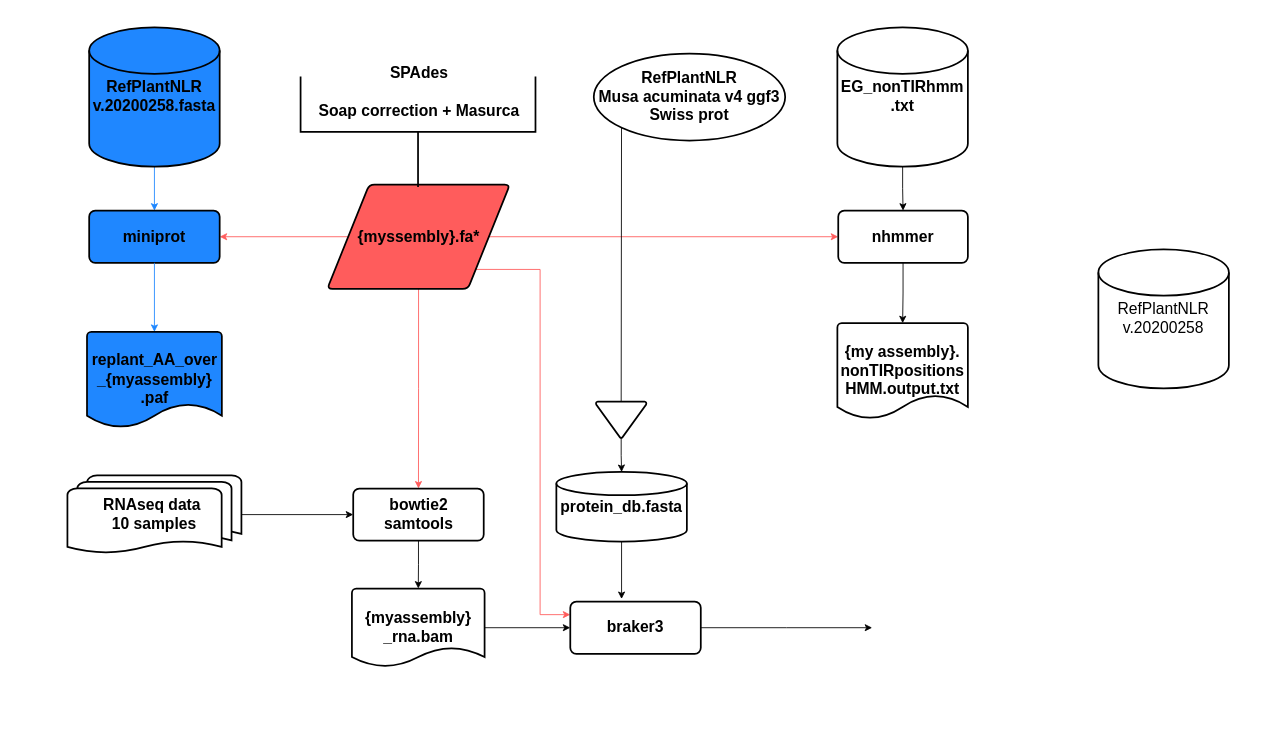
acarolinao/planets keeps this draw.io diagram as Untitled Diagram.drawio. Above is the earlier version. Source tidied: cells renumbered, new cells numbered last; positions are measured from the earlier drawing's top-left corner, leaving out a move shared by most shapes. Both pictures are drawn from the tidied source at 87%, with x=0, y=0 at pixel (67, 14).
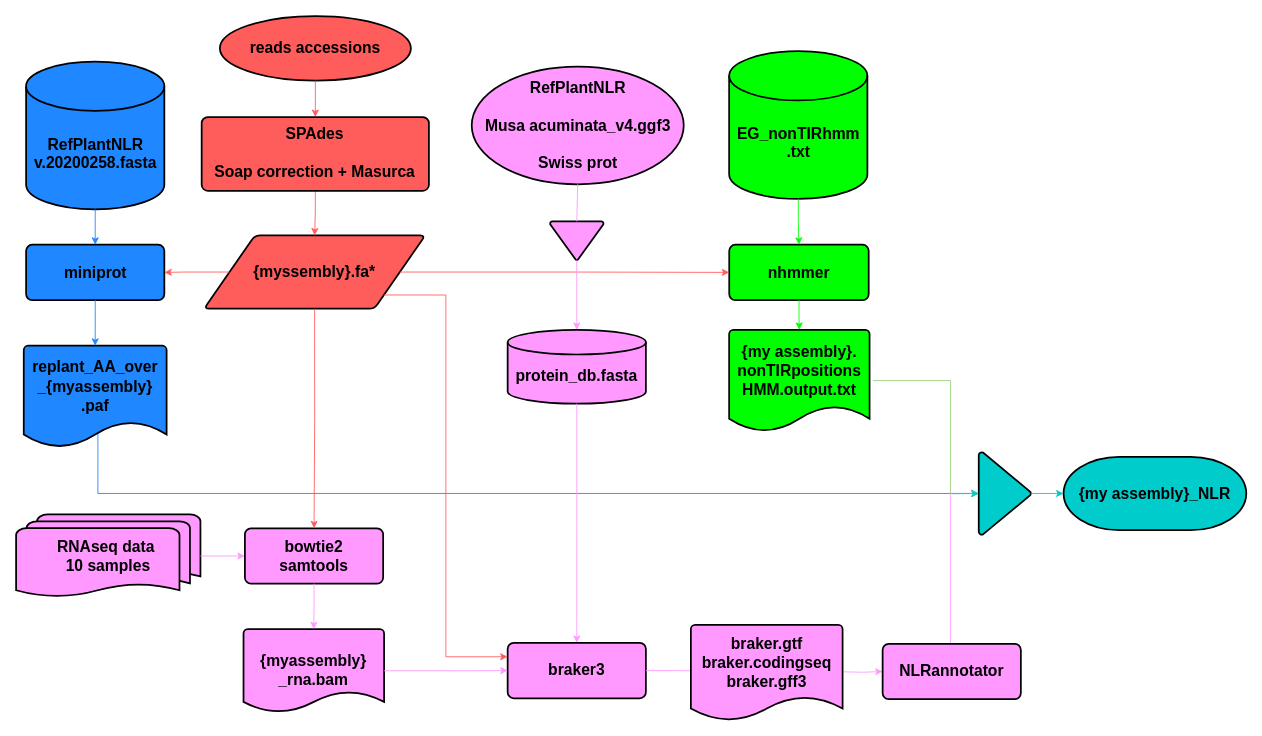
The same page after the edit.

Diff of the diagram source:
```diff
@@
-    <mxCell id="2" style="edgeStyle=orthogonalEdgeStyle;rounded=0;jettySize=auto;html=1;entryX=1;entryY=0.5;entryDx=0;entryDy=0;strokeColor=#FF5C5C;" parent="1" edge="1" source="6" target="18">
-      <mxGeometry relative="1" as="geometry" />
-    </mxCell>
-    <mxCell id="3" style="edgeStyle=orthogonalEdgeStyle;rounded=0;jettySize=auto;html=1;exitX=0.5;exitY=1;exitDx=0;exitDy=0;strokeColor=#FF5C5C;" parent="1" edge="1" source="6" target="25">
-      <mxGeometry relative="1" as="geometry" />
-    </mxCell>
-    <mxCell id="4" style="edgeStyle=orthogonalEdgeStyle;rounded=0;jettySize=auto;html=1;entryX=0;entryY=0.5;entryDx=0;entryDy=0;strokeColor=#FF5C5C;" parent="1" edge="1" source="6" target="19">
-      <mxGeometry relative="1" as="geometry" />
-    </mxCell>
-    <mxCell id="5" style="edgeStyle=orthogonalEdgeStyle;rounded=0;jettySize=auto;html=1;entryX=0;entryY=0.25;entryDx=0;entryDy=0;strokeColor=#FF5C5C;exitX=1;exitY=1;exitDx=0;exitDy=0;" parent="1" edge="1" source="6" target="33">
-      <mxGeometry relative="1" as="geometry" />
-    </mxCell>
     <mxCell id="6" value="&lt;font style=&quot;font-size: 18px;&quot;&gt;&lt;b&gt;{myssembly}.fa*&lt;/b&gt;&lt;/font&gt;" style="shape=parallelogram;html=1;strokeWidth=2;perimeter=parallelogramPerimeter;whiteSpace=wrap;rounded=1;arcSize=12;size=0.23;strokeColor=#000000;fillColor=#FF5C5C;" parent="1" vertex="1">
-      <mxGeometry x="298.6" y="195.6" width="210" height="120" as="geometry" />
+      <mxGeometry x="157" y="254.1" width="254.3" height="84.2" as="geometry" />
     </mxCell>
-    <mxCell id="7" style="strokeWidth=2;html=1;shape=mxgraph.flowchart.annotation_2;align=left;labelPosition=right;rotation=-90;" parent="1" vertex="1">
-      <mxGeometry x="339.5" width="127" height="270" as="geometry" />
-    </mxCell>
-    <mxCell id="8" value="&lt;font style=&quot;font-size: 18px;&quot;&gt;&lt;b&gt;SPAdes&lt;br&gt;&lt;br&gt;Soap correction + Masurca&lt;/b&gt;&lt;/font&gt;" style="text;html=1;align=center;verticalAlign=middle;points=[];strokeColor=none;fillColor=none;" parent="1" vertex="1">
-      <mxGeometry x="278.6" y="49.5" width="250" height="80" as="geometry" />
-    </mxCell>
-    <mxCell id="9" value="&lt;font style=&quot;font-size: 18px;&quot;&gt;&lt;b&gt;{my assembly}.&lt;br&gt;nonTIRpositions&lt;br&gt;HMM.output.txt&lt;/b&gt;&lt;/font&gt;" style="strokeWidth=2;html=1;shape=mxgraph.flowchart.document2;whiteSpace=wrap;size=0.25;" parent="1" vertex="1">
-      <mxGeometry x="885" y="355" width="150" height="110" as="geometry" />
+    <mxCell id="9" value="&lt;font style=&quot;font-size: 18px;&quot;&gt;&lt;b&gt;{my assembly}.&lt;br&gt;nonTIRpositions&lt;br&gt;HMM.output.txt&lt;br&gt;&lt;br&gt;&lt;/b&gt;&lt;/font&gt;" style="strokeWidth=2;html=1;shape=mxgraph.flowchart.document2;whiteSpace=wrap;size=0.25;fillColor=#00FF00;" parent="1" vertex="1">
+      <mxGeometry x="760.6" y="362.7" width="161.4" height="116.7" as="geometry" />
     </mxCell>
+    <mxCell id="34" style="edgeStyle=orthogonalEdgeStyle;rounded=0;jettySize=auto;html=1;entryX=0.5;entryY=0;entryDx=0;entryDy=0;entryPerimeter=0;strokeColor=#1F87FF;exitX=0.519;exitY=0.85;exitDx=0;exitDy=0;exitPerimeter=0;" parent="1" edge="1" source="10" target="40">
+      <mxGeometry relative="1" as="geometry">
+        <Array as="points">
+          <mxPoint x="35" y="551" />
+        </Array>
+      </mxGeometry>
+    </mxCell>
-    <mxCell id="10" value="&lt;font style=&quot;font-size: 18px;&quot;&gt;&lt;b&gt;replant_AA_over _{myassembly} .paf&lt;/b&gt;&lt;/font&gt;" style="strokeWidth=2;html=1;shape=mxgraph.flowchart.document2;whiteSpace=wrap;size=0.25;fillColor=#1F87FF;" parent="1" vertex="1">
-      <mxGeometry x="22.5" y="365" width="155" height="110" as="geometry" />
+    <mxCell id="10" value="&lt;font style=&quot;font-size: 18px;&quot;&gt;&lt;b&gt;replant_AA_over _{myassembly} .paf&lt;br&gt;&lt;br&gt;&lt;/b&gt;&lt;/font&gt;" style="strokeWidth=2;html=1;shape=mxgraph.flowchart.document2;whiteSpace=wrap;size=0.25;fillColor=#1F87FF;" parent="1" vertex="1">
+      <mxGeometry x="-50.2" y="380.9" width="164.2" height="116.7" as="geometry" />
     </mxCell>
-    <mxCell id="11" style="edgeStyle=orthogonalEdgeStyle;rounded=0;jettySize=auto;html=1;exitX=0.5;exitY=1;exitDx=0;exitDy=0;exitPerimeter=0;entryX=0.5;entryY=0;entryDx=0;entryDy=0;fillColor=#1F87FF;strokeColor=#1F87FF;" parent="1" edge="1" source="12" target="18">
-      <mxGeometry relative="1" as="geometry" />
-    </mxCell>
-    <mxCell id="12" value="&lt;font style=&quot;font-size: 18px;&quot;&gt;&lt;b&gt;RefPlantNLR&lt;br&gt;v.20200258.fasta&lt;/b&gt;&lt;/font&gt;" style="strokeWidth=2;html=1;shape=mxgraph.flowchart.database;whiteSpace=wrap;fillColor=#1F87FF;" parent="1" vertex="1">
-      <mxGeometry x="25" y="15" width="150" height="160" as="geometry" />
+    <mxCell id="12" value="&lt;font style=&quot;font-size: 18px;&quot;&gt;&lt;b&gt;&lt;br&gt;&lt;br&gt;RefPlantNLR&lt;br&gt;v.20200258.fasta&lt;/b&gt;&lt;/font&gt;" style="strokeWidth=2;html=1;shape=mxgraph.flowchart.database;whiteSpace=wrap;fillColor=#1F87FF;" parent="1" vertex="1">
+      <mxGeometry x="-47.5" y="54.4" width="158.9" height="169.7" as="geometry" />
     </mxCell>
-    <mxCell id="13" value="&lt;font style=&quot;font-size: 18px;&quot;&gt;RefPlantNLR&lt;br&gt;v.20200258&lt;/font&gt;" style="strokeWidth=2;html=1;shape=mxgraph.flowchart.database;whiteSpace=wrap;" parent="1" vertex="1">
-      <mxGeometry x="1185" y="270" width="150" height="160" as="geometry" />
-    </mxCell>
-    <mxCell id="14" style="edgeStyle=orthogonalEdgeStyle;rounded=0;jettySize=auto;html=1;entryX=0.393;entryY=-0.05;entryDx=0;entryDy=0;entryPerimeter=0;" parent="1" edge="1" source="15" target="33">
-      <mxGeometry relative="1" as="geometry" />
-    </mxCell>
-    <mxCell id="15" value="&lt;font size=&quot;4&quot;&gt;&lt;b&gt;protein_db.fasta&lt;/b&gt;&lt;/font&gt;" style="strokeWidth=2;html=1;shape=mxgraph.flowchart.database;whiteSpace=wrap;" parent="1" vertex="1">
-      <mxGeometry x="562" y="526" width="150" height="80" as="geometry" />
+    <mxCell id="15" value="&lt;font size=&quot;4&quot;&gt;&lt;b&gt;&lt;br&gt;protein_db.fasta&lt;/b&gt;&lt;/font&gt;" style="strokeWidth=2;html=1;shape=mxgraph.flowchart.database;whiteSpace=wrap;fillColor=#FF99FF;" parent="1" vertex="1">
+      <mxGeometry x="506" y="362.7" width="158.9" height="84.8" as="geometry" />
     </mxCell>
-    <mxCell id="16" style="edgeStyle=orthogonalEdgeStyle;rounded=0;jettySize=auto;html=1;exitX=0.5;exitY=1;exitDx=0;exitDy=0;exitPerimeter=0;entryX=0.5;entryY=0;entryDx=0;entryDy=0;" parent="1" edge="1" source="17" target="19">
-      <mxGeometry relative="1" as="geometry" />
-    </mxCell>
-    <mxCell id="17" value="&lt;font style=&quot;font-size: 18px;&quot;&gt;&lt;b&gt;EG_nonTIRhmm .txt&lt;/b&gt;&lt;/font&gt;" style="strokeWidth=2;html=1;shape=mxgraph.flowchart.database;whiteSpace=wrap;" parent="1" vertex="1">
-      <mxGeometry x="885" y="15" width="150" height="160" as="geometry" />
+    <mxCell id="17" value="&lt;font style=&quot;font-size: 18px;&quot;&gt;&lt;b&gt;&lt;br&gt;&lt;br&gt;EG_nonTIRhmm .txt&lt;/b&gt;&lt;/font&gt;" style="strokeWidth=2;html=1;shape=mxgraph.flowchart.database;whiteSpace=wrap;fillColor=#00FF00;" parent="1" vertex="1">
+      <mxGeometry x="760.6" y="42.4" width="158.9" height="169.7" as="geometry" />
     </mxCell>
     <mxCell id="18" value="&lt;font style=&quot;font-size: 18px;&quot;&gt;&lt;b&gt;miniprot&lt;/b&gt;&lt;/font&gt;" style="rounded=1;whiteSpace=wrap;html=1;absoluteArcSize=1;arcSize=14;strokeWidth=2;fillColor=#1F87FF;" parent="1" vertex="1">
-      <mxGeometry x="25" y="225.6" width="150" height="60" as="geometry" />
+      <mxGeometry x="-47.5" y="264.8" width="158.9" height="63.6" as="geometry" />
     </mxCell>
+    <mxCell id="2" style="edgeStyle=orthogonalEdgeStyle;rounded=0;jettySize=auto;html=1;entryX=1;entryY=0.5;entryDx=0;entryDy=0;strokeColor=#FF5C5C;" parent="1" edge="1" source="6" target="18">
+      <mxGeometry relative="1" as="geometry" />
+    </mxCell>
+    <mxCell id="11" style="edgeStyle=orthogonalEdgeStyle;rounded=0;jettySize=auto;html=1;exitX=0.5;exitY=1;exitDx=0;exitDy=0;exitPerimeter=0;entryX=0.5;entryY=0;entryDx=0;entryDy=0;fillColor=#1F87FF;strokeColor=#1F87FF;" parent="1" edge="1" source="12" target="18">
+      <mxGeometry relative="1" as="geometry" />
+    </mxCell>
-    <mxCell id="19" value="&lt;font style=&quot;font-size: 18px;&quot;&gt;&lt;b&gt;nhmmer&lt;/b&gt;&lt;/font&gt;" style="rounded=1;whiteSpace=wrap;html=1;absoluteArcSize=1;arcSize=14;strokeWidth=2;" parent="1" vertex="1">
-      <mxGeometry x="886" y="225.6" width="149" height="60" as="geometry" />
+    <mxCell id="19" value="&lt;font style=&quot;font-size: 18px;&quot;&gt;&lt;b&gt;nhmmer&lt;/b&gt;&lt;/font&gt;" style="rounded=1;whiteSpace=wrap;html=1;absoluteArcSize=1;arcSize=14;strokeWidth=2;fillColor=#00FF00;" parent="1" vertex="1">
+      <mxGeometry x="760.7" y="264.8" width="160.3" height="63.6" as="geometry" />
     </mxCell>
-    <mxCell id="20" style="edgeStyle=orthogonalEdgeStyle;rounded=0;jettySize=auto;html=1;entryX=0;entryY=0.5;entryDx=0;entryDy=0;" parent="1" edge="1" source="21" target="25">
-      <mxGeometry relative="1" as="geometry" />
-    </mxCell>
+    <mxCell id="4" style="edgeStyle=orthogonalEdgeStyle;rounded=0;jettySize=auto;html=1;entryX=0;entryY=0.5;entryDx=0;entryDy=0;strokeColor=#FF5C5C;" parent="1" edge="1" source="6" target="19">
+      <mxGeometry relative="1" as="geometry" />
+    </mxCell>
+    <mxCell id="16" style="edgeStyle=orthogonalEdgeStyle;rounded=0;jettySize=auto;html=1;exitX=0.5;exitY=1;exitDx=0;exitDy=0;exitPerimeter=0;entryX=0.5;entryY=0;entryDx=0;entryDy=0;fillColor=#00FF00;strokeColor=#00FF00;" parent="1" edge="1" source="17" target="19">
+      <mxGeometry relative="1" as="geometry">
+        <Array as="points">
+          <mxPoint x="840" y="238" />
+        </Array>
+      </mxGeometry>
+    </mxCell>
-    <mxCell id="21" value="&lt;font style=&quot;font-size: 18px;&quot;&gt;&lt;b&gt;RNAseq data&amp;nbsp;&lt;br&gt;10 samples&lt;/b&gt;&lt;br&gt;&lt;/font&gt;" style="strokeWidth=2;html=1;shape=mxgraph.flowchart.multi-document;whiteSpace=wrap;" parent="1" vertex="1">
-      <mxGeometry y="530" width="200" height="90" as="geometry" />
+    <mxCell id="21" value="&lt;font style=&quot;font-size: 18px;&quot;&gt;&lt;b&gt;RNAseq data&amp;nbsp;&lt;br&gt;10 samples&lt;/b&gt;&lt;br&gt;&lt;/font&gt;" style="strokeWidth=2;html=1;shape=mxgraph.flowchart.multi-document;whiteSpace=wrap;fillColor=#FF99FF;" parent="1" vertex="1">
+      <mxGeometry x="-59" y="574.8" width="211.9" height="95.5" as="geometry" />
     </mxCell>
@@
-    <mxCell id="23" style="edgeStyle=orthogonalEdgeStyle;rounded=0;jettySize=auto;html=1;entryX=0.5;entryY=0;entryDx=0;entryDy=0;entryPerimeter=0;" parent="1" edge="1" source="19" target="9">
+    <mxCell id="23" style="edgeStyle=orthogonalEdgeStyle;rounded=0;jettySize=auto;html=1;entryX=0.5;entryY=0;entryDx=0;entryDy=0;entryPerimeter=0;fillColor=#00FF00;strokeColor=#00FF00;" parent="1" edge="1" source="19" target="9">
       <mxGeometry relative="1" as="geometry" />
     </mxCell>
+    <mxCell id="25" value="&lt;font style=&quot;font-size: 18px;&quot;&gt;&lt;b&gt;bowtie2&lt;br&gt;samtools&lt;/b&gt;&lt;br&gt;&lt;/font&gt;" style="rounded=1;whiteSpace=wrap;html=1;absoluteArcSize=1;arcSize=14;strokeWidth=2;fillColor=#FF99FF;" parent="1" vertex="1">
+      <mxGeometry x="204" y="590.7" width="158.9" height="63.6" as="geometry" />
+    </mxCell>
+    <mxCell id="3" style="edgeStyle=orthogonalEdgeStyle;rounded=0;jettySize=auto;html=1;exitX=0.5;exitY=1;exitDx=0;exitDy=0;strokeColor=#FF5C5C;" parent="1" edge="1" source="6" target="25">
+      <mxGeometry relative="1" as="geometry" />
+    </mxCell>
+    <mxCell id="20" style="edgeStyle=orthogonalEdgeStyle;rounded=0;jettySize=auto;html=1;entryX=0;entryY=0.5;entryDx=0;entryDy=0;strokeColor=#FF99FF;" parent="1" edge="1" source="21" target="25">
+      <mxGeometry relative="1" as="geometry" />
+    </mxCell>
+    <mxCell id="27" value="&lt;font style=&quot;font-size: 18px;&quot;&gt;&lt;b&gt;{myassembly}&lt;br&gt;_rna.bam&lt;/b&gt;&lt;/font&gt;" style="strokeWidth=2;html=1;shape=mxgraph.flowchart.document2;whiteSpace=wrap;size=0.25;fillColor=#FF99FF;" parent="1" vertex="1">
+      <mxGeometry x="202.4" y="706.7" width="161.6" height="95.5" as="geometry" />
+    </mxCell>
-    <mxCell id="24" style="edgeStyle=orthogonalEdgeStyle;rounded=0;jettySize=auto;html=1;" parent="1" edge="1" source="25" target="27">
+    <mxCell id="24" style="edgeStyle=orthogonalEdgeStyle;rounded=0;jettySize=auto;html=1;strokeColor=#FF99FF;" parent="1" edge="1" source="25" target="27">
       <mxGeometry relative="1" as="geometry" />
     </mxCell>
-    <mxCell id="25" value="&lt;font style=&quot;font-size: 18px;&quot;&gt;&lt;b&gt;bowtie2&lt;br&gt;samtools&lt;/b&gt;&lt;br&gt;&lt;/font&gt;" style="rounded=1;whiteSpace=wrap;html=1;absoluteArcSize=1;arcSize=14;strokeWidth=2;" parent="1" vertex="1">
-      <mxGeometry x="328.5" y="545" width="150" height="60" as="geometry" />
-    </mxCell>
-    <mxCell id="26" style="edgeStyle=orthogonalEdgeStyle;rounded=0;jettySize=auto;html=1;entryX=0;entryY=0.5;entryDx=0;entryDy=0;" parent="1" edge="1" source="27" target="33">
-      <mxGeometry relative="1" as="geometry" />
-    </mxCell>
-    <mxCell id="27" value="&lt;font style=&quot;font-size: 18px;&quot;&gt;&lt;b&gt;{myassembly}&lt;br&gt;_rna.bam&lt;/b&gt;&lt;/font&gt;" style="strokeWidth=2;html=1;shape=mxgraph.flowchart.document2;whiteSpace=wrap;size=0.25;" parent="1" vertex="1">
-      <mxGeometry x="327" y="660" width="152.5" height="90" as="geometry" />
-    </mxCell>
-    <mxCell id="28" style="strokeWidth=2;html=1;shape=mxgraph.flowchart.merge_or_storage;whiteSpace=wrap;" parent="1" vertex="1">
-      <mxGeometry x="607.5" y="445" width="58" height="42" as="geometry" />
+    <mxCell id="28" style="strokeWidth=2;html=1;shape=mxgraph.flowchart.merge_or_storage;whiteSpace=wrap;fillColor=#FF99FF;" parent="1" vertex="1">
+      <mxGeometry x="554.8" y="238" width="61.4" height="44.5" as="geometry" />
     </mxCell>
-    <mxCell id="29" style="edgeStyle=orthogonalEdgeStyle;rounded=0;jettySize=auto;html=1;entryX=0.5;entryY=0;entryDx=0;entryDy=0;entryPerimeter=0;" parent="1" edge="1" source="28" target="15">
+    <mxCell id="29" style="edgeStyle=orthogonalEdgeStyle;rounded=0;jettySize=auto;html=1;entryX=0.5;entryY=0;entryDx=0;entryDy=0;entryPerimeter=0;strokeColor=#FF99FF;" parent="1" edge="1" source="28" target="15">
       <mxGeometry relative="1" as="geometry" />
     </mxCell>
-    <mxCell id="30" value="&lt;font style=&quot;font-size: 18px;&quot;&gt;&lt;b&gt;RefPlantNLR&lt;br&gt;Musa acuminata v4 ggf3&lt;br&gt;&amp;nbsp;Swiss prot&amp;nbsp;&lt;/b&gt;&lt;br&gt;&lt;/font&gt;" style="strokeWidth=2;html=1;shape=mxgraph.flowchart.start_1;whiteSpace=wrap;" parent="1" vertex="1">
-      <mxGeometry x="605" y="45" width="220" height="100" as="geometry" />
+    <mxCell id="30" value="&lt;font style=&quot;font-size: 18px;&quot;&gt;&lt;b&gt;RefPlantNLR&lt;br&gt;&lt;br&gt;Musa acuminata_v4.ggf3&lt;br&gt;&lt;br&gt;&amp;nbsp;Swiss prot&amp;nbsp;&lt;/b&gt;&lt;br&gt;&lt;/font&gt;" style="strokeWidth=2;html=1;shape=mxgraph.flowchart.start_1;whiteSpace=wrap;fillColor=#FF99FF;" parent="1" vertex="1">
+      <mxGeometry x="464.7" y="60" width="243.7" height="135.3" as="geometry" />
     </mxCell>
-    <mxCell id="31" style="endArrow=none;html=1;rounded=0;entryX=0.145;entryY=0.855;entryDx=0;entryDy=0;entryPerimeter=0;exitX=0.5;exitY=0;exitDx=0;exitDy=0;exitPerimeter=0;" parent="1" edge="1" source="28" target="30">
+    <mxCell id="31" style="endArrow=none;html=1;rounded=0;entryX=0.5;entryY=1;entryDx=0;entryDy=0;entryPerimeter=0;exitX=0.5;exitY=0;exitDx=0;exitDy=0;exitPerimeter=0;strokeColor=#FF99FF;" parent="1" edge="1" source="28" target="30">
       <mxGeometry relative="1" as="geometry" />
     </mxCell>
+    <mxCell id="33" value="&lt;font style=&quot;font-size: 18px;&quot;&gt;&lt;b&gt;braker3&lt;/b&gt;&lt;br&gt;&lt;/font&gt;" style="rounded=1;whiteSpace=wrap;html=1;absoluteArcSize=1;arcSize=14;strokeWidth=2;fillColor=#FF99FF;" parent="1" vertex="1">
+      <mxGeometry x="506" y="722.5" width="158.9" height="63.6" as="geometry" />
+    </mxCell>
+    <mxCell id="5" style="edgeStyle=orthogonalEdgeStyle;rounded=0;jettySize=auto;html=1;entryX=0;entryY=0.25;entryDx=0;entryDy=0;strokeColor=#FF5C5C;exitX=1;exitY=1;exitDx=0;exitDy=0;" parent="1" edge="1" source="6" target="33">
+      <mxGeometry relative="1" as="geometry">
+        <Array as="points">
+          <mxPoint x="435" y="323" />
+          <mxPoint x="435" y="739" />
+        </Array>
+      </mxGeometry>
+    </mxCell>
+    <mxCell id="14" style="edgeStyle=orthogonalEdgeStyle;rounded=0;jettySize=auto;html=1;entryX=0.5;entryY=0;entryDx=0;entryDy=0;strokeColor=#FF99FF;" parent="1" edge="1" source="15" target="33">
+      <mxGeometry relative="1" as="geometry" />
+    </mxCell>
+    <mxCell id="35" style="edgeStyle=orthogonalEdgeStyle;rounded=0;jettySize=auto;html=1;exitX=0.5;exitY=0;exitDx=0;exitDy=0;strokeColor=#FF99FF;entryX=0.5;entryY=0;entryDx=0;entryDy=0;entryPerimeter=0;" parent="1" edge="1" source="43">
+      <mxGeometry relative="1" as="geometry">
+        <mxPoint x="1086.5" y="550.7" as="targetPoint" />
+        <Array as="points">
+          <mxPoint x="1015" y="724" />
+          <mxPoint x="1015" y="551" />
+        </Array>
+      </mxGeometry>
+    </mxCell>
+    <mxCell id="36" style="edgeStyle=orthogonalEdgeStyle;rounded=0;jettySize=auto;html=1;exitX=1;exitY=0.5;exitDx=0;exitDy=0;exitPerimeter=0;entryX=0;entryY=0.5;entryDx=0;entryDy=0;strokeColor=#FF99FF;" parent="1" edge="1" target="43">
+      <mxGeometry relative="1" as="geometry">
+        <mxPoint x="892" y="755.7" as="sourcePoint" />
+      </mxGeometry>
+    </mxCell>
+    <mxCell id="37" value="&lt;font style=&quot;font-size: 18px;&quot;&gt;&lt;b&gt;reads&amp;nbsp;&lt;/b&gt;&lt;/font&gt;&lt;font size=&quot;4&quot;&gt;&lt;b&gt;accessions&lt;/b&gt;&lt;/font&gt;" style="strokeWidth=2;html=1;shape=mxgraph.flowchart.start_1;whiteSpace=wrap;fillColor=#FF5C5C;" parent="1" vertex="1">
+      <mxGeometry x="175.2" y="2" width="219.6" height="74.2" as="geometry" />
+    </mxCell>
+    <mxCell id="26" style="edgeStyle=orthogonalEdgeStyle;rounded=0;jettySize=auto;html=1;entryX=0;entryY=0.5;entryDx=0;entryDy=0;strokeColor=#FF99FF;" parent="1" edge="1" source="27" target="33">
+      <mxGeometry relative="1" as="geometry" />
+    </mxCell>
+    <mxCell id="38" style="edgeStyle=orthogonalEdgeStyle;rounded=0;jettySize=auto;html=1;exitX=0.5;exitY=1;exitDx=0;exitDy=0;entryX=0.5;entryY=0;entryDx=0;entryDy=0;strokeColor=#FF5C5C;" parent="1" edge="1" source="8" target="6">
+      <mxGeometry relative="1" as="geometry" />
+    </mxCell>
+    <mxCell id="8" value="&lt;b style=&quot;border-color: var(--border-color); font-size: 18px;&quot;&gt;SPAdes&lt;br style=&quot;border-color: var(--border-color);&quot;&gt;&lt;br style=&quot;border-color: var(--border-color);&quot;&gt;Soap correction + Masurca&lt;/b&gt;" style="rounded=1;whiteSpace=wrap;html=1;absoluteArcSize=1;arcSize=14;strokeWidth=2;fillColor=#FF5C5C;" parent="1" vertex="1">
+      <mxGeometry x="154.3" y="118" width="261.2" height="84.8" as="geometry" />
+    </mxCell>
-    <mxCell id="32" style="edgeStyle=orthogonalEdgeStyle;rounded=0;jettySize=auto;html=1;" parent="1" edge="1" source="33">
+    <mxCell id="32" style="edgeStyle=orthogonalEdgeStyle;rounded=0;jettySize=auto;html=1;entryX=0;entryY=0.5;entryDx=0;entryDy=0;entryPerimeter=0;strokeColor=#FF99FF;" parent="1" edge="1" source="33">
       <mxGeometry relative="1" as="geometry">
-        <mxPoint x="925" y="705" as="targetPoint" />
+        <mxPoint x="726.6" y="754.7" as="targetPoint" />
       </mxGeometry>
     </mxCell>
-    <mxCell id="33" value="&lt;font style=&quot;font-size: 18px;&quot;&gt;&lt;b&gt;braker3&lt;/b&gt;&lt;br&gt;&lt;/font&gt;" style="rounded=1;whiteSpace=wrap;html=1;absoluteArcSize=1;arcSize=14;strokeWidth=2;" parent="1" vertex="1">
-      <mxGeometry x="578" y="675" width="150" height="60" as="geometry" />
-    </mxCell>
+    <mxCell id="39" style="edgeStyle=orthogonalEdgeStyle;rounded=0;jettySize=auto;html=1;exitX=0.5;exitY=1;exitDx=0;exitDy=0;exitPerimeter=0;entryX=0.5;entryY=0;entryDx=0;entryDy=0;strokeColor=#FF5C5C;" parent="1" edge="1" source="37" target="8">
+      <mxGeometry relative="1" as="geometry" />
+    </mxCell>
+    <mxCell id="40" style="strokeWidth=2;html=1;shape=mxgraph.flowchart.merge_or_storage;whiteSpace=wrap;rotation=-90;fillColor=#00CCCC;" parent="1" vertex="1">
+      <mxGeometry x="1030" y="520.7" width="95" height="60" as="geometry" />
+    </mxCell>
+    <mxCell id="41" style="edgeStyle=orthogonalEdgeStyle;rounded=0;jettySize=auto;html=1;entryX=0.5;entryY=0;entryDx=0;entryDy=0;entryPerimeter=0;strokeColor=#97D077;" parent="1" edge="1" target="40">
+      <mxGeometry relative="1" as="geometry">
+        <mxPoint x="926" y="421" as="sourcePoint" />
+        <Array as="points">
+          <mxPoint x="1015" y="421" />
+          <mxPoint x="1015" y="551" />
+        </Array>
+      </mxGeometry>
+    </mxCell>
+    <mxCell id="42" style="endArrow=classic;html=1;rounded=0;entryX=0.5;entryY=0;entryDx=0;entryDy=0;entryPerimeter=0;strokeColor=#00CCCC;" parent="1" edge="1" target="40">
+      <mxGeometry relative="1" as="geometry">
+        <mxPoint x="1016" y="551" as="sourcePoint" />
+      </mxGeometry>
+    </mxCell>
+    <mxCell id="43" value="&lt;font style=&quot;font-size: 18px;&quot;&gt;&lt;b&gt;NLRannotator&lt;/b&gt;&lt;/font&gt;" style="rounded=1;whiteSpace=wrap;html=1;absoluteArcSize=1;arcSize=14;strokeWidth=2;fillColor=#FF99FF;" parent="1" vertex="1">
+      <mxGeometry x="937" y="723.5" width="158.9" height="63.6" as="geometry" />
+    </mxCell>
+    <mxCell id="44" value="&lt;font&gt;&lt;b&gt;&lt;font size=&quot;4&quot;&gt;{my assembly}_NLR&lt;/font&gt;&lt;/b&gt;&lt;/font&gt;" style="strokeWidth=2;html=1;shape=mxgraph.flowchart.terminator;whiteSpace=wrap;fillColor=#00CCCC;" parent="1" vertex="1">
+      <mxGeometry x="1145" y="508.6" width="210" height="84.3" as="geometry" />
+    </mxCell>
+    <mxCell id="45" value="&lt;b style=&quot;border-color: var(--border-color); caret-color: rgb(0, 0, 0); color: rgb(0, 0, 0); font-family: Helvetica; font-size: 18px; font-style: normal; font-variant-caps: normal; letter-spacing: normal; text-align: center; text-indent: 0px; text-transform: none; word-spacing: 0px; -webkit-text-stroke-width: 0px; text-decoration: none;&quot;&gt;braker.gtf&lt;br style=&quot;border-color: var(--border-color);&quot;&gt;braker.codingseq&lt;br style=&quot;border-color: var(--border-color);&quot;&gt;braker.gff3&lt;br&gt;&lt;br&gt;&lt;/b&gt;" style="strokeWidth=2;html=1;shape=mxgraph.flowchart.document2;whiteSpace=wrap;size=0.25;fillColor=#FF99FF;" parent="1" vertex="1">
+      <mxGeometry x="716.6" y="701.7" width="174.4" height="110" as="geometry" />
+    </mxCell>
+    <mxCell id="46" style="edgeStyle=orthogonalEdgeStyle;rounded=0;jettySize=auto;html=1;exitX=0.5;exitY=1;exitDx=0;exitDy=0;exitPerimeter=0;entryX=0;entryY=0.5;entryDx=0;entryDy=0;entryPerimeter=0;strokeColor=#00CCCC;" parent="1" edge="1" source="40" target="44">
+      <mxGeometry relative="1" as="geometry" />
+    </mxCell>
```
